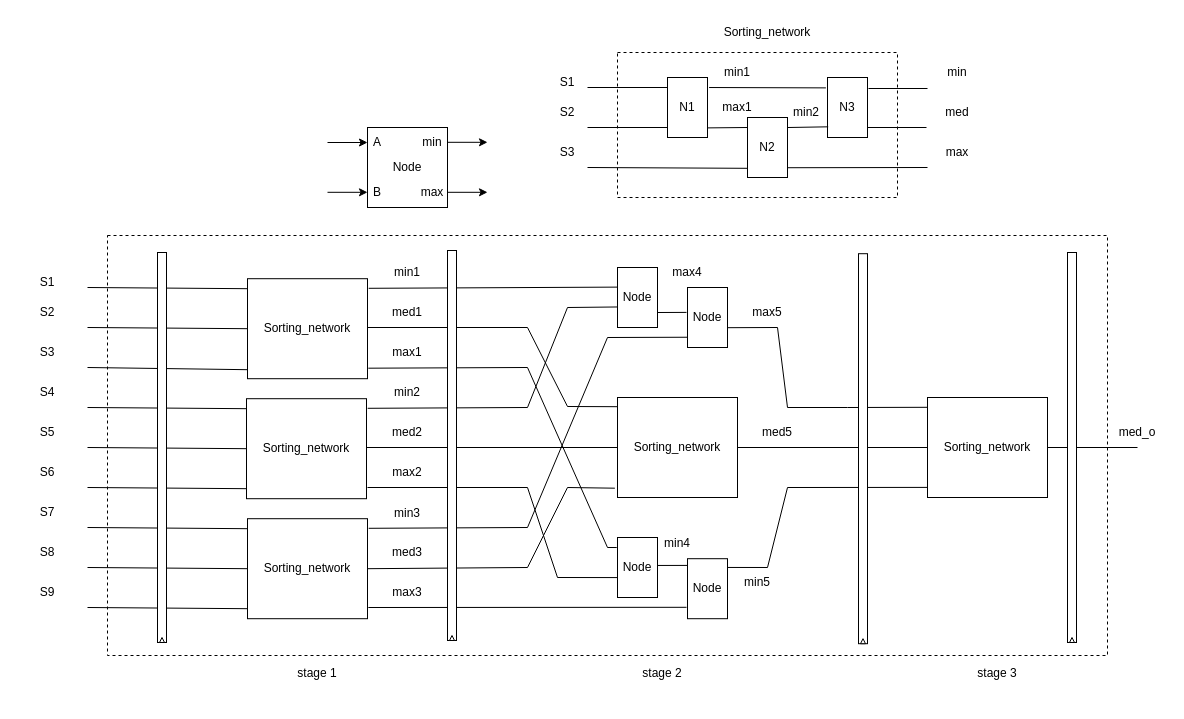
Hieuueihm/Thesis keeps this draw.io diagram as Draw/MedianFilterModules/MedianSystolicModule3x3.drawio. Above is the earlier version. Source tidied: cells renumbered, new cells numbered last; positions are measured from the earlier drawing's top-left corner, leaving out a move shared by most shapes. Both pictures are drawn from the tidied source at 100%, with x=0, y=0 at pixel (17, 17).
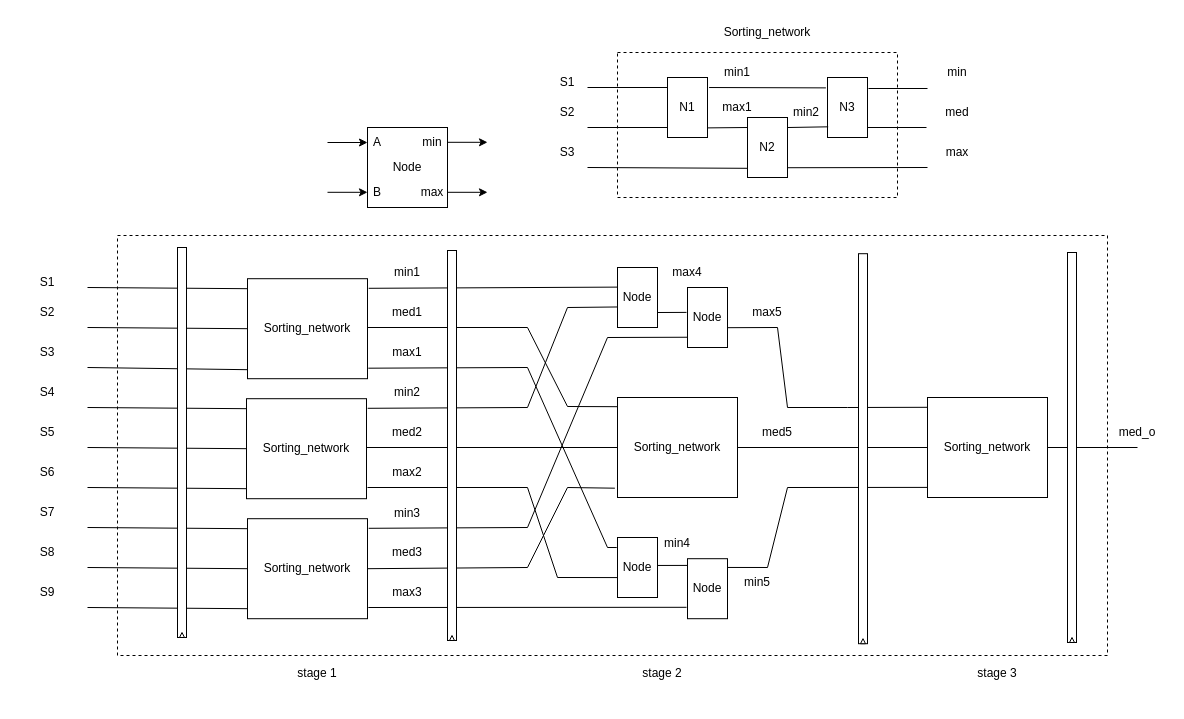
The same diagram, later.

Diff of the diagram source:
```diff
@@
     <mxCell id="2" style="rounded=0;whiteSpace=wrap;html=1;dashed=1;" parent="1" vertex="1">
-      <mxGeometry x="90" y="218" width="1000" height="420" as="geometry" />
+      <mxGeometry x="100" y="218" width="990" height="420" as="geometry" />
     </mxCell>
@@
-    <mxCell id="87" style="group;" parent="1" vertex="1">
-      <mxGeometry x="140" y="260" width="9" height="24" as="geometry" />
-    </mxCell>
-    <mxCell id="88" style="rounded=0;whiteSpace=wrap;html=1;" parent="87" vertex="1">
-      <mxGeometry width="9" height="23.7" as="geometry" />
-    </mxCell>
-    <mxCell id="89" style="triangle;whiteSpace=wrap;html=1;rotation=270;" parent="87" vertex="1">
-      <mxGeometry x="1" y="18" width="7" height="4" as="geometry" />
-    </mxCell>
-    <mxCell id="90" style="group;" parent="1" vertex="1">
-      <mxGeometry x="140" y="298.8" width="9" height="24" as="geometry" />
-    </mxCell>
-    <mxCell id="91" style="rounded=0;whiteSpace=wrap;html=1;" parent="90" vertex="1">
-      <mxGeometry width="9" height="23.7" as="geometry" />
-    </mxCell>
-    <mxCell id="92" style="triangle;whiteSpace=wrap;html=1;rotation=270;" parent="90" vertex="1">
-      <mxGeometry x="1" y="18" width="7" height="4" as="geometry" />
-    </mxCell>
-    <mxCell id="93" style="group;" parent="1" vertex="1">
-      <mxGeometry x="140" y="338.8" width="9" height="24" as="geometry" />
-    </mxCell>
-    <mxCell id="94" style="rounded=0;whiteSpace=wrap;html=1;" parent="93" vertex="1">
-      <mxGeometry width="9" height="23.7" as="geometry" />
-    </mxCell>
-    <mxCell id="95" style="triangle;whiteSpace=wrap;html=1;rotation=270;" parent="93" vertex="1">
-      <mxGeometry x="1" y="18" width="7" height="4" as="geometry" />
-    </mxCell>
-    <mxCell id="96" style="group;" parent="1" vertex="1">
-      <mxGeometry x="140" y="378.8" width="9" height="24" as="geometry" />
-    </mxCell>
-    <mxCell id="97" style="rounded=0;whiteSpace=wrap;html=1;" parent="96" vertex="1">
-      <mxGeometry width="9" height="23.7" as="geometry" />
-    </mxCell>
-    <mxCell id="98" style="triangle;whiteSpace=wrap;html=1;rotation=270;" parent="96" vertex="1">
-      <mxGeometry x="1" y="18" width="7" height="4" as="geometry" />
-    </mxCell>
-    <mxCell id="99" style="group;" parent="1" vertex="1">
-      <mxGeometry x="140" y="418.8" width="9" height="24" as="geometry" />
-    </mxCell>
-    <mxCell id="100" style="rounded=0;whiteSpace=wrap;html=1;" parent="99" vertex="1">
-      <mxGeometry width="9" height="23.7" as="geometry" />
-    </mxCell>
-    <mxCell id="101" style="triangle;whiteSpace=wrap;html=1;rotation=270;" parent="99" vertex="1">
-      <mxGeometry x="1" y="18" width="7" height="4" as="geometry" />
-    </mxCell>
-    <mxCell id="102" style="group;" parent="1" vertex="1">
-      <mxGeometry x="140" y="456" width="9" height="24" as="geometry" />
-    </mxCell>
-    <mxCell id="103" style="rounded=0;whiteSpace=wrap;html=1;" parent="102" vertex="1">
-      <mxGeometry width="9" height="23.7" as="geometry" />
-    </mxCell>
-    <mxCell id="104" style="triangle;whiteSpace=wrap;html=1;rotation=270;" parent="102" vertex="1">
-      <mxGeometry x="1" y="18" width="7" height="4" as="geometry" />
-    </mxCell>
-    <mxCell id="105" style="group;" parent="1" vertex="1">
-      <mxGeometry x="140" y="498.8" width="9" height="24" as="geometry" />
-    </mxCell>
-    <mxCell id="106" style="rounded=0;whiteSpace=wrap;html=1;" parent="105" vertex="1">
-      <mxGeometry width="9" height="23.7" as="geometry" />
-    </mxCell>
-    <mxCell id="107" style="triangle;whiteSpace=wrap;html=1;rotation=270;" parent="105" vertex="1">
-      <mxGeometry x="1" y="18" width="7" height="4" as="geometry" />
-    </mxCell>
-    <mxCell id="108" style="group;" parent="1" vertex="1">
-      <mxGeometry x="140" y="538.8" width="9" height="24" as="geometry" />
-    </mxCell>
-    <mxCell id="109" style="rounded=0;whiteSpace=wrap;html=1;" parent="108" vertex="1">
-      <mxGeometry width="9" height="23.7" as="geometry" />
-    </mxCell>
-    <mxCell id="110" style="triangle;whiteSpace=wrap;html=1;rotation=270;" parent="108" vertex="1">
-      <mxGeometry x="1" y="18" width="7" height="4" as="geometry" />
-    </mxCell>
     <mxCell id="111" style="group;" parent="1" vertex="1">
-      <mxGeometry x="140" y="145" width="9" height="540" as="geometry" />
+      <mxGeometry x="160" y="140" width="9" height="540" as="geometry" />
     </mxCell>
```
